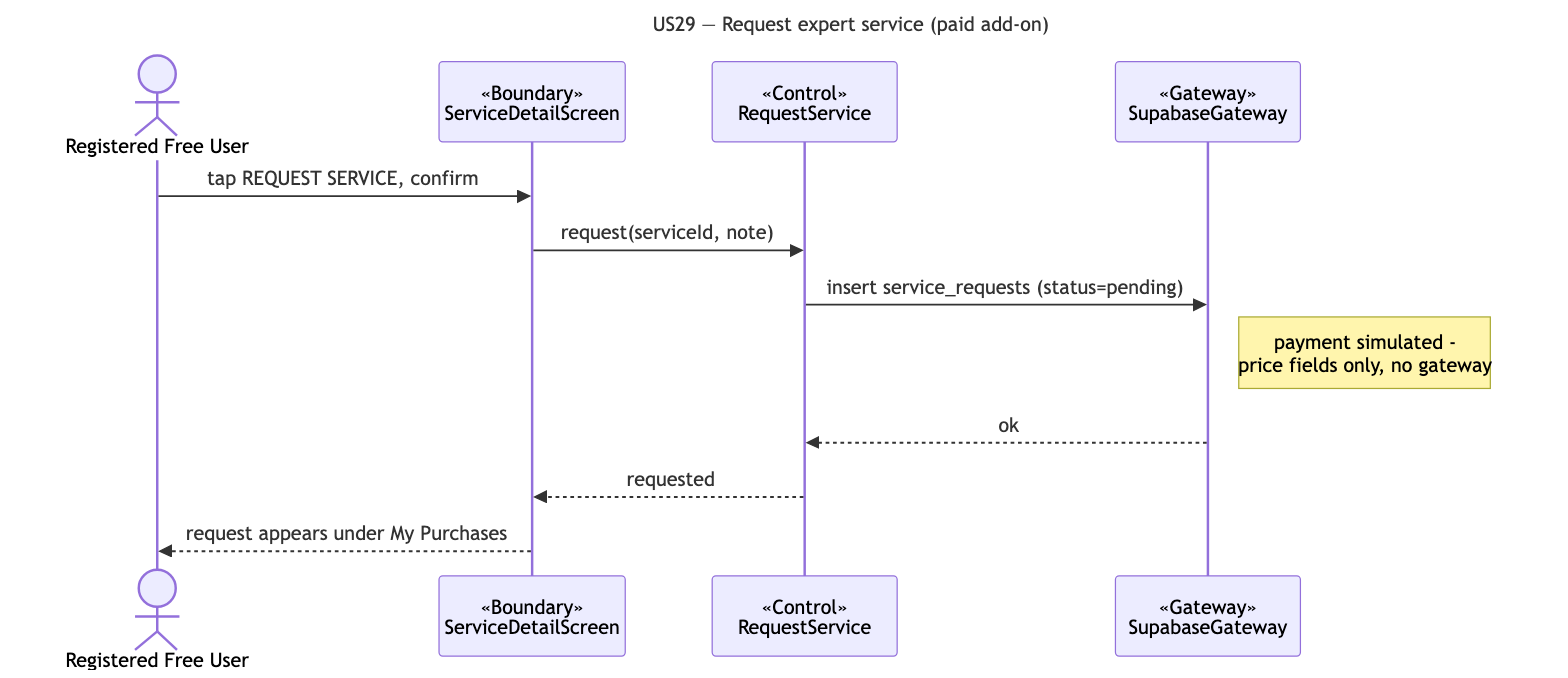
The Mermaid diagram docs/deliverables/sequence-diagrams/US29-request-service.png in cyuanjun/FYP-26-S2-37-app, before a commit. Its source is kept beside it as docs/deliverables/sequence-diagrams/src/US29-request-service.mmd. The source it was exported from:
```mermaid
---
title: "US29 — Request expert service (paid add-on)"
---
sequenceDiagram
  actor A as Registered Free User
  participant B as «Boundary»<br/>ServiceDetailScreen
  participant C as «Control»<br/>RequestService
  participant G as «Gateway»<br/>SupabaseGateway
  A->>B: tap REQUEST SERVICE, confirm
  B->>C: request(serviceId, note)
  C->>G: insert service_requests (status=pending)
  note right of G: payment simulated -<br/>price fields only, no gateway
  G-->>C: ok
  C-->>B: requested
  B-->>A: request appears under My Purchases
```
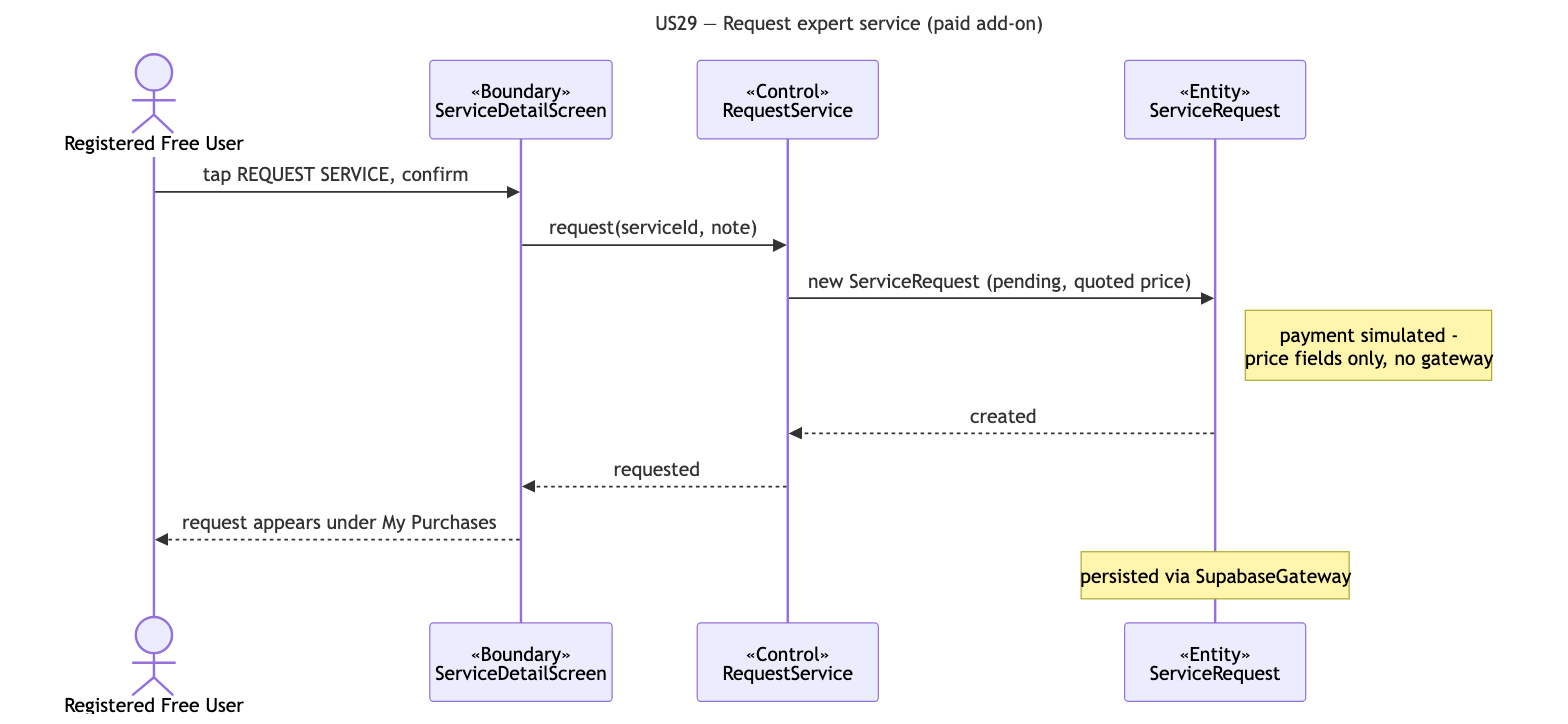
The same diagram one commit later.

Change to the diagram source:
```diff
@@ -5,11 +5,12 @@
   actor A as Registered Free User
   participant B as «Boundary»<br/>ServiceDetailScreen
   participant C as «Control»<br/>RequestService
-  participant G as «Gateway»<br/>SupabaseGateway
+  participant E as «Entity»<br/>ServiceRequest
   A->>B: tap REQUEST SERVICE, confirm
   B->>C: request(serviceId, note)
-  C->>G: insert service_requests (status=pending)
-  note right of G: payment simulated -<br/>price fields only, no gateway
-  G-->>C: ok
+  C->>E: new ServiceRequest (pending, quoted price)
+  note right of E: payment simulated -<br/>price fields only, no gateway
+  E-->>C: created
   C-->>B: requested
   B-->>A: request appears under My Purchases
+  note over E: persisted via SupabaseGateway
```
